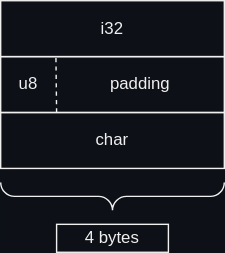
htgithub194/self-study keeps this draw.io diagram as docs/rust/memory_layout/images/tupple.drawio.svg. Above is the earlier version. Source tidied: cells renumbered, new cells last; positions are measured from the earlier drawing's top-left corner, leaving out a move shared by most shapes.
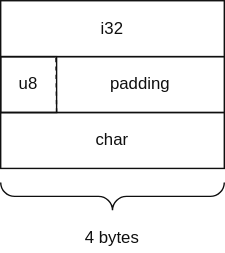
The same file after the commit.

The edit, as a diff of the source:
```diff
@@ -1,29 +1,29 @@
-<mxGraphModel background="#0D1117">
+<mxGraphModel>
   <root>
     <mxCell id="0" />
     <mxCell id="1" parent="0" />
-    <mxCell id="2" value="i32" style="rounded=0;whiteSpace=wrap;html=1;flipH=1;flipV=1;fillColor=none;strokeColor=#F0F0F0;fontColor=#F0F0F0;" parent="1" vertex="1">
+    <mxCell id="2" value="i32" style="rounded=0;whiteSpace=wrap;html=1;flipH=1;flipV=1;fillColor=none;strokeColor=light-dark(#0F0F0F,#F0F0F0);fontColor=light-dark(#0F0F0F,#F0F0F0);" parent="1" vertex="1">
       <mxGeometry width="160" height="40" as="geometry" />
     </mxCell>
-    <mxCell id="3" style="rounded=0;whiteSpace=wrap;html=1;flipH=1;flipV=1;fillColor=none;strokeColor=#F0F0F0;fontColor=#F0F0F0;" parent="1" vertex="1">
+    <mxCell id="3" style="rounded=0;whiteSpace=wrap;html=1;flipH=1;flipV=1;fillColor=none;strokeColor=light-dark(#0F0F0F,#F0F0F0);fontColor=light-dark(#0F0F0F,#F0F0F0);" parent="1" vertex="1">
       <mxGeometry y="40" width="160" height="40" as="geometry" />
     </mxCell>
-    <mxCell id="4" value="char" style="rounded=0;whiteSpace=wrap;html=1;flipH=1;flipV=1;fillColor=none;strokeColor=#F0F0F0;fontColor=#F0F0F0;" parent="1" vertex="1">
+    <mxCell id="4" value="char" style="rounded=0;whiteSpace=wrap;html=1;flipH=1;flipV=1;fillColor=none;strokeColor=light-dark(#0F0F0F,#F0F0F0);fontColor=light-dark(#0F0F0F,#F0F0F0);" parent="1" vertex="1">
       <mxGeometry y="80" width="160" height="40" as="geometry" />
     </mxCell>
-    <mxCell id="5" style="verticalLabelPosition=bottom;shadow=0;dashed=0;align=center;html=1;verticalAlign=top;strokeWidth=1;shape=mxgraph.mockup.markup.curlyBrace;rotation=-180;fillColor=none;strokeColor=#F0F0F0;fontColor=#F0F0F0;" parent="1" vertex="1">
+    <mxCell id="5" style="verticalLabelPosition=bottom;shadow=0;dashed=0;align=center;html=1;verticalAlign=top;strokeWidth=1;shape=mxgraph.mockup.markup.curlyBrace;rotation=-180;fillColor=none;strokeColor=light-dark(#0F0F0F,#F0F0F0);fontColor=light-dark(#0F0F0F,#F0F0F0);" parent="1" vertex="1">
       <mxGeometry y="130" width="160" height="20" as="geometry" />
     </mxCell>
-    <mxCell id="6" value="4 bytes" style="text;html=1;align=center;verticalAlign=middle;whiteSpace=wrap;rounded=0;fillColor=none;strokeColor=#F0F0F0;fontColor=#F0F0F0;" parent="1" vertex="1">
+    <mxCell id="6" value="4 bytes" style="text;html=1;align=center;verticalAlign=middle;whiteSpace=wrap;rounded=0;fillColor=none;strokeColor=none;fontColor=light-dark(#0F0F0F,#F0F0F0);" parent="1" vertex="1">
       <mxGeometry x="40" y="160" width="80" height="20" as="geometry" />
     </mxCell>
-    <mxCell id="7" value="u8" style="text;html=1;align=center;verticalAlign=middle;whiteSpace=wrap;rounded=0;fillColor=none;strokeColor=none;fontColor=#F0F0F0;" parent="1" vertex="1">
+    <mxCell id="7" value="u8" style="text;html=1;align=center;verticalAlign=middle;whiteSpace=wrap;rounded=0;fillColor=none;strokeColor=light-dark(#0F0F0F,#F0F0F0);fontColor=light-dark(#0F0F0F,#F0F0F0);" parent="1" vertex="1">
       <mxGeometry y="40" width="40" height="40" as="geometry" />
     </mxCell>
-    <mxCell id="8" value="padding" style="text;html=1;align=center;verticalAlign=middle;whiteSpace=wrap;rounded=0;fillColor=none;strokeColor=none;fontColor=#F0F0F0;" parent="1" vertex="1">
+    <mxCell id="8" value="padding" style="text;html=1;align=center;verticalAlign=middle;whiteSpace=wrap;rounded=0;fillColor=none;strokeColor=none;fontColor=light-dark(#0F0F0F,#F0F0F0);" parent="1" vertex="1">
       <mxGeometry x="40" y="50" width="120" height="20" as="geometry" />
     </mxCell>
-    <mxCell id="9" style="endArrow=none;dashed=1;html=1;strokeWidth=1;exitX=1;exitY=1;exitDx=0;exitDy=0;fillColor=none;strokeColor=#F0F0F0;fontColor=#F0F0F0;" parent="1" edge="1" source="7">
+    <mxCell id="9" style="endArrow=none;dashed=1;html=1;strokeWidth=1;exitX=1;exitY=1;exitDx=0;exitDy=0;fillColor=none;strokeColor=light-dark(#0F0F0F,#F0F0F0);fontColor=light-dark(#0F0F0F,#F0F0F0);" parent="1" edge="1" source="7">
       <mxGeometry relative="1" as="geometry">
         <mxPoint x="39.5" y="40" as="targetPoint" />
       </mxGeometry>
```
